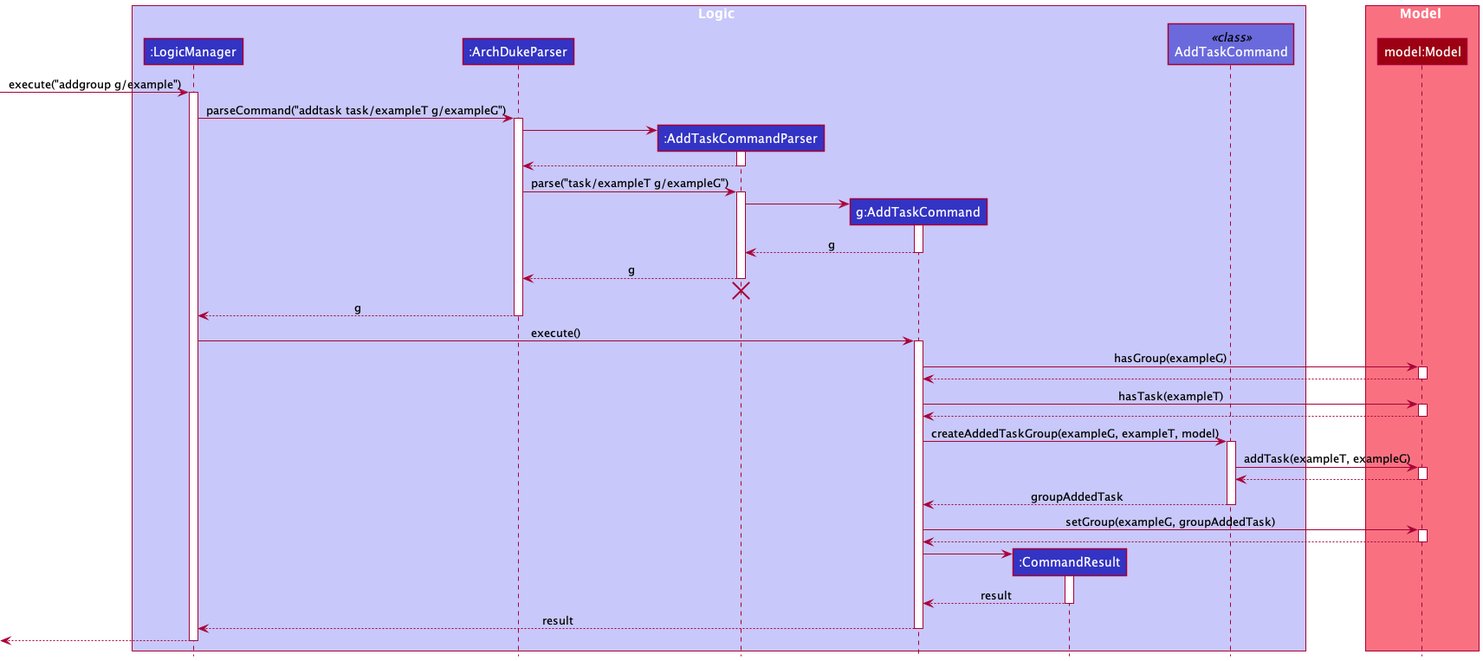
nus-cs2103-AY2122S2/tp keeps this PlantUML diagram as docs/images/AddTaskSequenceDiagram.png. Above is the earlier version. The source it was exported from:
```plantuml
@startuml
!include style.puml

box Logic LOGIC_COLOR_T1
participant ":LogicManager" as LogicManager LOGIC_COLOR
participant ":ArchDukeParser" as ArchDukeParser LOGIC_COLOR
participant ":AddTaskCommandParser" as AddTaskCommandParser LOGIC_COLOR
participant "g:AddTaskCommand" as AddTaskCommand LOGIC_COLOR
participant ":CommandResult" as CommandResult LOGIC_COLOR
participant "AddTaskCommand" as AddTaskCommandClass <<class>> LOGIC_COLOR_T2
end box

box Model MODEL_COLOR_T1
participant "model:Model" as Model MODEL_COLOR
end box

[-> LogicManager : execute("addgroup g/example")
activate LogicManager

LogicManager -> ArchDukeParser : parseCommand("addtask task/exampleT g/exampleG")
activate ArchDukeParser

create AddTaskCommandParser
ArchDukeParser -> AddTaskCommandParser
activate AddTaskCommandParser

AddTaskCommandParser --> ArchDukeParser
deactivate AddTaskCommandParser

ArchDukeParser -> AddTaskCommandParser : parse("task/exampleT g/exampleG")
activate AddTaskCommandParser

create AddTaskCommand
AddTaskCommandParser -> AddTaskCommand
activate AddTaskCommand

AddTaskCommand --> AddTaskCommandParser : g
deactivate AddTaskCommand

AddTaskCommandParser --> ArchDukeParser : g
deactivate AddTaskCommandParser

AddTaskCommandParser -[hidden]-> ArchDukeParser
destroy AddTaskCommandParser

ArchDukeParser --> LogicManager : g
deactivate ArchDukeParser

LogicManager -> AddTaskCommand : execute()
activate AddTaskCommand

AddTaskCommand -> Model : hasGroup(exampleG)
activate Model

Model --> AddTaskCommand
deactivate Model

AddTaskCommand -> Model : hasTask(exampleT)
activate Model

Model --> AddTaskCommand
deactivate Model

AddTaskCommand -> AddTaskCommandClass : createAddedTaskGroup(exampleG, exampleT, model)
activate AddTaskCommandClass

AddTaskCommandClass -> Model : addTask(exampleT, exampleG)
activate Model

Model --> AddTaskCommandClass
deactivate Model

AddTaskCommandClass --> AddTaskCommand : groupAddedTask
deactivate AddTaskCommandClass

AddTaskCommand -> Model : setGroup(exampleG, groupAddedTask)
activate Model

Model --> AddTaskCommand
deactivate Model

create CommandResult
AddTaskCommand -> CommandResult
activate CommandResult

CommandResult --> AddTaskCommand : result
deactivate CommandResult

AddTaskCommand --> LogicManager : result
deactivate AddTaskCommand

[<--LogicManager
deactivate LogicManager
@enduml
```
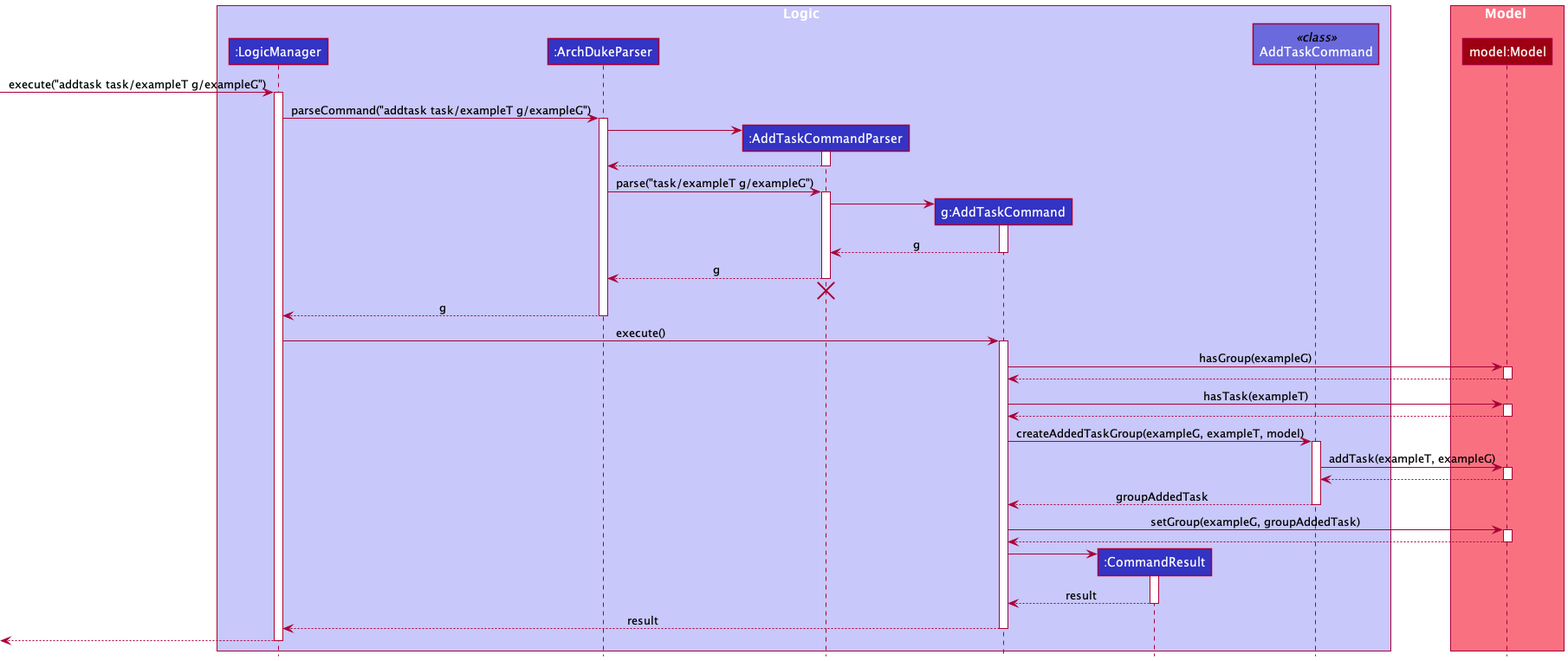
The same diagram one commit later.

What changed in the source:
```diff
@@ -14,7 +14,7 @@
 participant "model:Model" as Model MODEL_COLOR
 end box
 
-[-> LogicManager : execute("addgroup g/example")
+[-> LogicManager : execute("addtask task/exampleT g/exampleG")
 activate LogicManager
 
 LogicManager -> ArchDukeParser : parseCommand("addtask task/exampleT g/exampleG")
```
